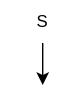
This is Untitled Diagram.drawio.svg from WassayShahid/Draw.io, a draw.io export, as it was before one commit. Source tidied: cells renumbered, new cells last; positions are measured from the earlier drawing's top-left corner, leaving out a move shared by most shapes.
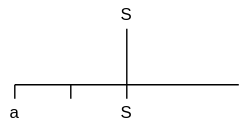
After the change.

The edit, as a diff of the source:
```diff
@@ -3,12 +3,42 @@
     <mxCell id="0" />
     <mxCell id="1" parent="0" />
     <mxCell id="2" value="S" style="text;html=1;align=center;verticalAlign=middle;whiteSpace=wrap;rounded=0;" parent="1" vertex="1">
-      <mxGeometry width="60" height="30" as="geometry" />
+      <mxGeometry width="20" height="20" as="geometry" />
     </mxCell>
-    <mxCell id="3" style="endArrow=classic;html=1;rounded=0;exitX=0.5;exitY=1;exitDx=0;exitDy=0;" parent="1" edge="1" source="2">
-      <mxGeometry relative="1" as="geometry">
-        <mxPoint x="30" y="60" as="targetPoint" />
-      </mxGeometry>
-    </mxCell>
+    <mxCell id="4" style="endArrow=none;html=1;rounded=0;entryX=0.5;entryY=1;entryDx=0;entryDy=0;" parent="1" edge="1" target="2">
+      <mxGeometry relative="1" as="geometry">
+        <mxPoint x="10" y="70" as="sourcePoint" />
+      </mxGeometry>
+    </mxCell>
+    <mxCell id="5" style="endArrow=none;html=1;rounded=0;" parent="1" edge="1">
+      <mxGeometry relative="1" as="geometry">
+        <mxPoint x="10" y="60" as="sourcePoint" />
+        <mxPoint x="90" y="60" as="targetPoint" />
+      </mxGeometry>
+    </mxCell>
+    <mxCell id="6" style="endArrow=none;html=1;rounded=0;" parent="1" edge="1">
+      <mxGeometry relative="1" as="geometry">
+        <mxPoint x="-70" y="60" as="sourcePoint" />
+        <mxPoint x="10" y="60" as="targetPoint" />
+      </mxGeometry>
+    </mxCell>
+    <mxCell id="7" value="S" style="text;html=1;align=center;verticalAlign=middle;whiteSpace=wrap;rounded=0;" parent="1" vertex="1">
+      <mxGeometry y="70" width="20" height="20" as="geometry" />
+    </mxCell>
+    <mxCell id="8" style="endArrow=none;html=1;rounded=0;" parent="1" edge="1">
+      <mxGeometry relative="1" as="geometry">
+        <mxPoint x="-70" y="70" as="sourcePoint" />
+        <mxPoint x="-70" y="60" as="targetPoint" />
+      </mxGeometry>
+    </mxCell>
+    <mxCell id="9" value="a" style="text;html=1;align=center;verticalAlign=middle;whiteSpace=wrap;rounded=0;" parent="1" vertex="1">
+      <mxGeometry x="-80" y="70" width="20" height="20" as="geometry" />
+    </mxCell>
+    <mxCell id="10" style="endArrow=none;html=1;rounded=0;" parent="1" edge="1">
+      <mxGeometry relative="1" as="geometry">
+        <mxPoint x="-30" y="70" as="sourcePoint" />
+        <mxPoint x="-30" y="60" as="targetPoint" />
+      </mxGeometry>
+    </mxCell>
   </root>
 </mxGraphModel>
```
